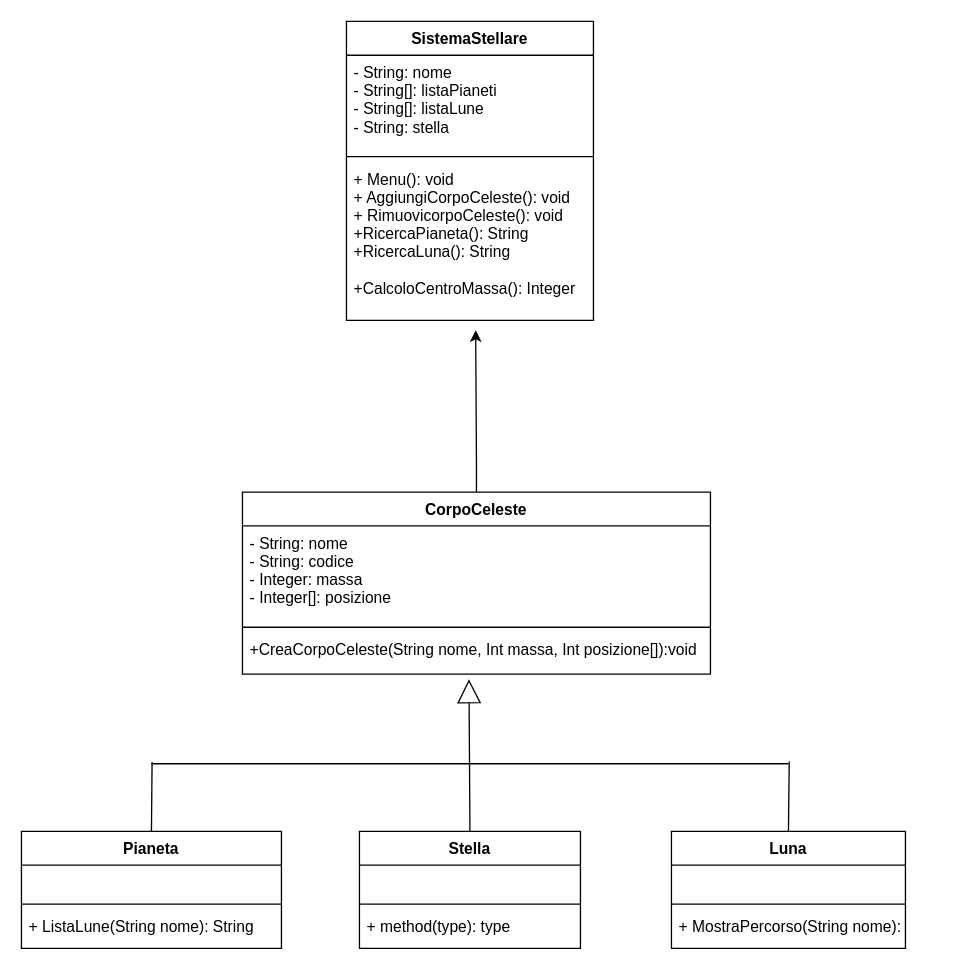
Earlier version of the draw.io diagram planetarium.drawio (deluch99/Planetarium). Source tidied: cells renumbered, new cells numbered last; positions are measured from the earlier drawing's top-left corner, leaving out a move shared by most shapes. Both pictures are drawn from the tidied source at 130%, with x=0, y=0 at pixel (21, 21).
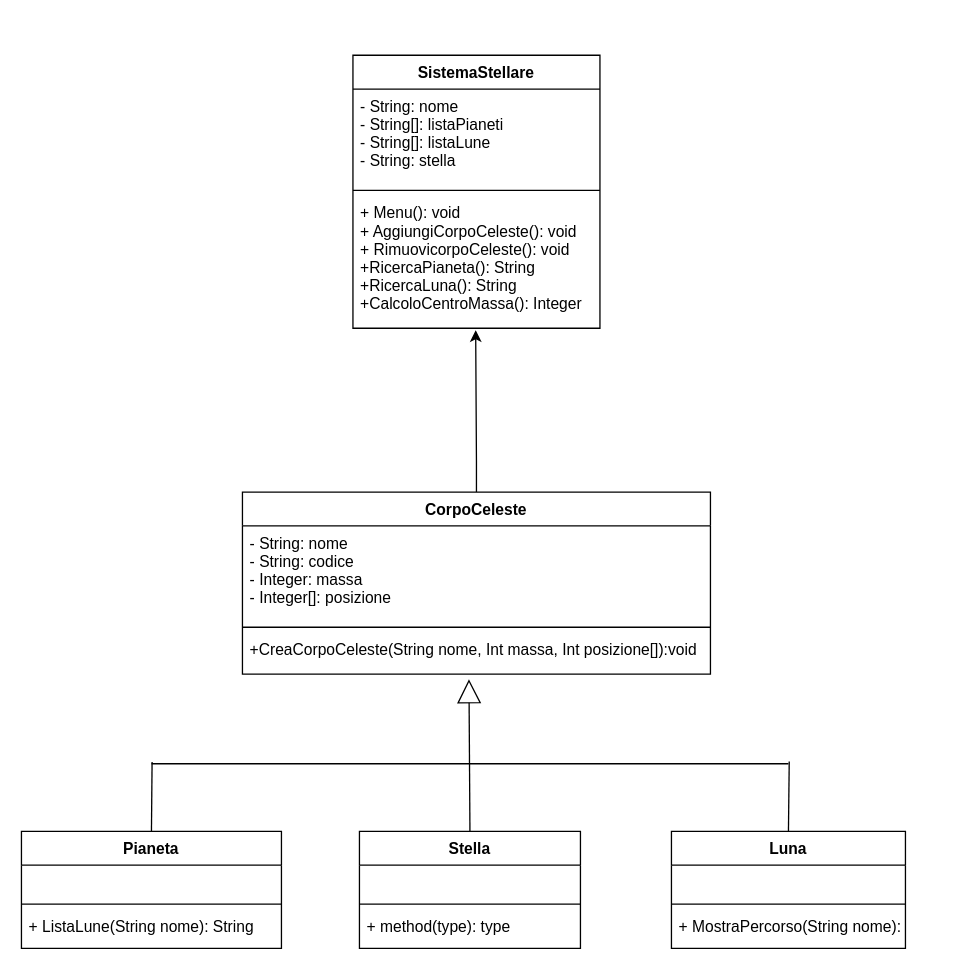
Above is the later version.

What changed in the source:
```diff
@@
     <mxCell id="2" value="SistemaStellare" style="swimlane;fontStyle=1;align=center;verticalAlign=top;horizontal=1;startSize=26;" parent="1" vertex="1">
-      <mxGeometry x="250" width="190" height="230" as="geometry" />
+      <mxGeometry x="255" y="26" width="190" height="210" as="geometry" />
     </mxCell>
@@
-    <mxCell id="5" value="+ Menu(): void&#10;+ AggiungiCorpoCeleste(): void&#10;+ RimuovicorpoCeleste(): void&#10;+RicercaPianeta(): String&#10;+RicercaLuna(): String&#10;&#10;+CalcoloCentroMassa(): Integer&#10;" style="text;strokeColor=none;fillColor=none;align=left;verticalAlign=top;spacingLeft=4;spacingRight=4;overflow=hidden;" parent="2" vertex="1">
-      <mxGeometry y="108" width="190" height="122" as="geometry" />
+    <mxCell id="5" value="+ Menu(): void&#10;+ AggiungiCorpoCeleste(): void&#10;+ RimuovicorpoCeleste(): void&#10;+RicercaPianeta(): String&#10;+RicercaLuna(): String&#10;+CalcoloCentroMassa(): Integer&#10;" style="text;strokeColor=none;fillColor=none;align=left;verticalAlign=top;spacingLeft=4;spacingRight=4;overflow=hidden;" parent="2" vertex="1">
+      <mxGeometry y="108" width="190" height="102" as="geometry" />
     </mxCell>
```
